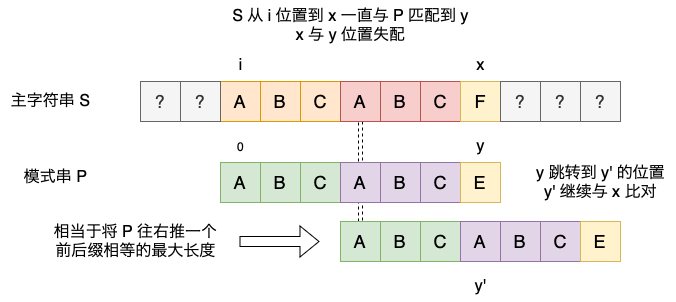
Before: algorithm/kmp-2.png, a diagram exported from draw.io (merlotliu/merlotliu-pics). Source tidied: cells renumbered, new cells last; positions are measured from the earlier drawing's top-left corner, leaving out a move shared by most shapes.
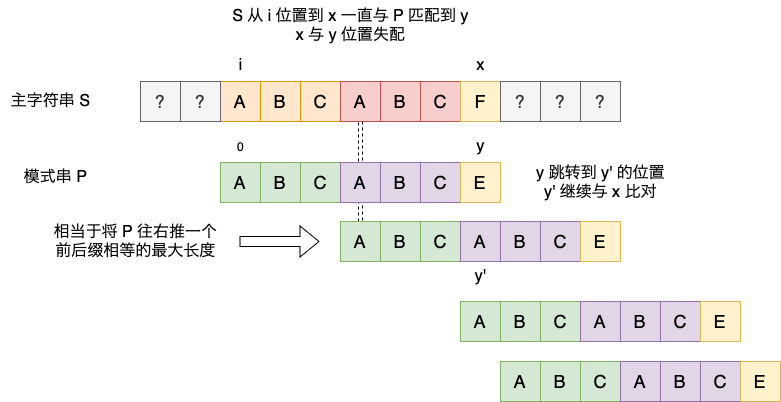
The same file after the commit.

Change to the diagram source:
```diff
@@ -102,7 +102,7 @@
       <mxGeometry x="580" y="221" width="40" height="40" as="geometry" />
     </mxCell>
     <mxCell id="35" value="&lt;font style=&quot;font-size: 16px;&quot;&gt;y'&lt;/font&gt;" style="text;html=1;align=center;verticalAlign=middle;strokeColor=none;fillColor=none;" parent="1" vertex="1">
-      <mxGeometry x="465" y="271" width="30" height="30" as="geometry" />
+      <mxGeometry x="465" y="261" width="30" height="30" as="geometry" />
     </mxCell>
     <mxCell id="36" style="shape=flexArrow;endArrow=classic;html=1;rounded=0;entryX=0;entryY=0.5;entryDx=0;entryDy=0;" parent="1" edge="1">
       <mxGeometry relative="1" as="geometry">
@@ -122,5 +122,47 @@
     <mxCell id="39" value="&lt;font size=&quot;3&quot;&gt;S 从 i 位置到 x 一直与 P 匹配到 y&lt;br&gt;x 与 y 位置失配&lt;/font&gt;" style="text;html=1;align=center;verticalAlign=middle;strokeColor=none;fillColor=none;" parent="1" vertex="1">
       <mxGeometry x="220" width="260" height="50" as="geometry" />
     </mxCell>
+    <mxCell id="40" value="&lt;font style=&quot;font-size: 18px;&quot;&gt;A&lt;/font&gt;" style="rounded=0;whiteSpace=wrap;html=1;fillColor=#d5e8d4;strokeColor=#82b366;" parent="1" vertex="1">
+      <mxGeometry x="460" y="301" width="40" height="40" as="geometry" />
+    </mxCell>
+    <mxCell id="41" value="&lt;font style=&quot;font-size: 18px;&quot;&gt;B&lt;/font&gt;" style="rounded=0;whiteSpace=wrap;html=1;fillColor=#d5e8d4;strokeColor=#82b366;" parent="1" vertex="1">
+      <mxGeometry x="500" y="301" width="40" height="40" as="geometry" />
+    </mxCell>
+    <mxCell id="42" value="&lt;font size=&quot;4&quot;&gt;C&lt;/font&gt;" style="rounded=0;whiteSpace=wrap;html=1;fillColor=#d5e8d4;strokeColor=#82b366;" parent="1" vertex="1">
+      <mxGeometry x="540" y="301" width="40" height="40" as="geometry" />
+    </mxCell>
+    <mxCell id="43" value="&lt;font style=&quot;font-size: 18px;&quot;&gt;A&lt;/font&gt;" style="rounded=0;whiteSpace=wrap;html=1;fillColor=#e1d5e7;strokeColor=#9673a6;" parent="1" vertex="1">
+      <mxGeometry x="580" y="301" width="40" height="40" as="geometry" />
+    </mxCell>
+    <mxCell id="44" value="&lt;font size=&quot;4&quot;&gt;C&lt;/font&gt;" style="rounded=0;whiteSpace=wrap;html=1;fillColor=#e1d5e7;strokeColor=#9673a6;" parent="1" vertex="1">
+      <mxGeometry x="660" y="301" width="40" height="40" as="geometry" />
+    </mxCell>
+    <mxCell id="45" value="&lt;font style=&quot;font-size: 18px;&quot;&gt;B&lt;/font&gt;" style="rounded=0;whiteSpace=wrap;html=1;fillColor=#e1d5e7;strokeColor=#9673a6;" parent="1" vertex="1">
+      <mxGeometry x="620" y="301" width="40" height="40" as="geometry" />
+    </mxCell>
+    <mxCell id="46" value="&lt;font size=&quot;4&quot;&gt;E&lt;/font&gt;" style="rounded=0;whiteSpace=wrap;html=1;fillColor=#fff2cc;strokeColor=#d6b656;" parent="1" vertex="1">
+      <mxGeometry x="700" y="301" width="40" height="40" as="geometry" />
+    </mxCell>
+    <mxCell id="47" value="&lt;font style=&quot;font-size: 18px;&quot;&gt;A&lt;/font&gt;" style="rounded=0;whiteSpace=wrap;html=1;fillColor=#d5e8d4;strokeColor=#82b366;" parent="1" vertex="1">
+      <mxGeometry x="500" y="361" width="40" height="40" as="geometry" />
+    </mxCell>
+    <mxCell id="48" value="&lt;font style=&quot;font-size: 18px;&quot;&gt;B&lt;/font&gt;" style="rounded=0;whiteSpace=wrap;html=1;fillColor=#d5e8d4;strokeColor=#82b366;" parent="1" vertex="1">
+      <mxGeometry x="540" y="361" width="40" height="40" as="geometry" />
+    </mxCell>
+    <mxCell id="49" value="&lt;font size=&quot;4&quot;&gt;C&lt;/font&gt;" style="rounded=0;whiteSpace=wrap;html=1;fillColor=#d5e8d4;strokeColor=#82b366;" parent="1" vertex="1">
+      <mxGeometry x="580" y="361" width="40" height="40" as="geometry" />
+    </mxCell>
+    <mxCell id="50" value="&lt;font style=&quot;font-size: 18px;&quot;&gt;A&lt;/font&gt;" style="rounded=0;whiteSpace=wrap;html=1;fillColor=#e1d5e7;strokeColor=#9673a6;" parent="1" vertex="1">
+      <mxGeometry x="620" y="361" width="40" height="40" as="geometry" />
+    </mxCell>
+    <mxCell id="51" value="&lt;font size=&quot;4&quot;&gt;C&lt;/font&gt;" style="rounded=0;whiteSpace=wrap;html=1;fillColor=#e1d5e7;strokeColor=#9673a6;" parent="1" vertex="1">
+      <mxGeometry x="700" y="361" width="40" height="40" as="geometry" />
+    </mxCell>
+    <mxCell id="52" value="&lt;font style=&quot;font-size: 18px;&quot;&gt;B&lt;/font&gt;" style="rounded=0;whiteSpace=wrap;html=1;fillColor=#e1d5e7;strokeColor=#9673a6;" parent="1" vertex="1">
+      <mxGeometry x="660" y="361" width="40" height="40" as="geometry" />
+    </mxCell>
+    <mxCell id="53" value="&lt;font size=&quot;4&quot;&gt;E&lt;/font&gt;" style="rounded=0;whiteSpace=wrap;html=1;fillColor=#fff2cc;strokeColor=#d6b656;" parent="1" vertex="1">
+      <mxGeometry x="740" y="361" width="40" height="40" as="geometry" />
+    </mxCell>
   </root>
 </mxGraphModel>
```
